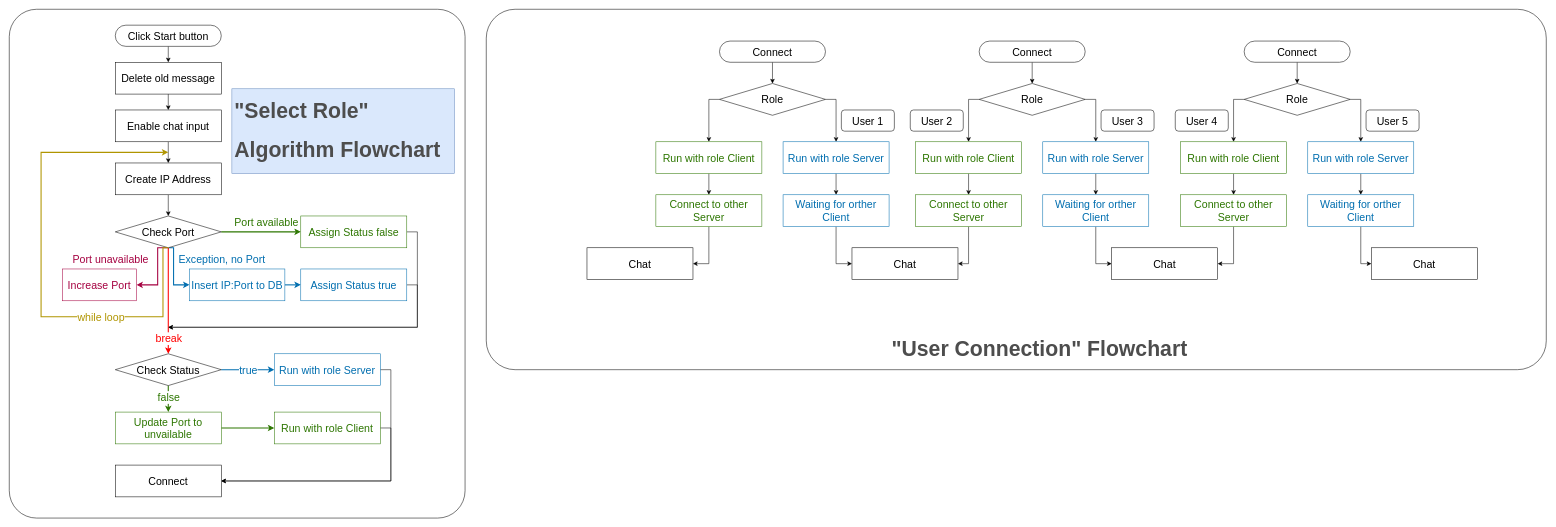
Before: AChat-Flowchart.drawio in AnLaVN/AChat, a draw.io diagram. Source tidied: cells renumbered, new cells numbered last; positions are measured from the earlier drawing's top-left corner, leaving out a move shared by most shapes. Both pictures are drawn from the tidied source at 53%, with x=0, y=0 at pixel (9, 9).
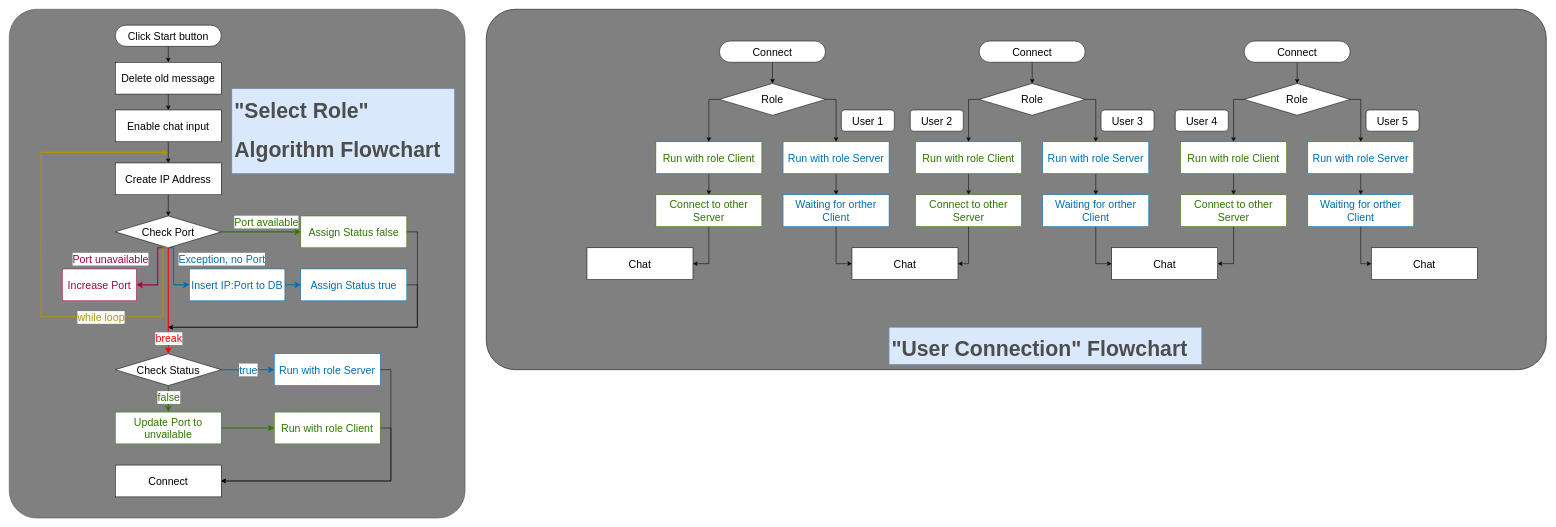
Above is the later version.

Diff of the diagram source:
```diff
@@
-    <mxCell id="2" style="rounded=1;whiteSpace=wrap;html=1;strokeColor=#000000;fontSize=20;fontColor=#4D4D4D;arcSize=8;" parent="1" vertex="1">
+    <mxCell id="2" style="rounded=1;whiteSpace=wrap;html=1;strokeColor=#000000;fontSize=20;fontColor=#4D4D4D;arcSize=8;fillColor=#808080;" parent="1" vertex="1">
       <mxGeometry x="900" width="2000" height="680" as="geometry" />
     </mxCell>
-    <mxCell id="3" style="rounded=1;whiteSpace=wrap;html=1;strokeColor=#000000;fontSize=20;fontColor=#000000;arcSize=6;" parent="1" vertex="1">
+    <mxCell id="3" style="rounded=1;whiteSpace=wrap;html=1;strokeColor=#4D4D4D;fontSize=20;arcSize=6;fillColor=#808080;fontColor=#333333;" parent="1" vertex="1">
       <mxGeometry width="860" height="960" as="geometry" />
     </mxCell>
@@
-    <mxCell id="86" value="&lt;h1&gt;&quot;User Connection&quot; Flowchart&lt;br&gt;&lt;/h1&gt;" style="text;html=1;strokeColor=none;fillColor=none;spacing=5;spacingTop=-20;whiteSpace=wrap;overflow=hidden;rounded=0;fontSize=20;fontColor=#4D4D4D;" parent="1" vertex="1">
+    <mxCell id="86" value="&lt;h1&gt;&quot;User Connection&quot; Flowchart&lt;br&gt;&lt;/h1&gt;" style="text;html=1;strokeColor=#6c8ebf;fillColor=#dae8fc;spacing=5;spacingTop=-20;whiteSpace=wrap;overflow=hidden;rounded=0;fontSize=20;fontColor=#4D4D4D;" parent="1" vertex="1">
       <mxGeometry x="1660" y="600" width="590" height="70" as="geometry" />
     </mxCell>
```
